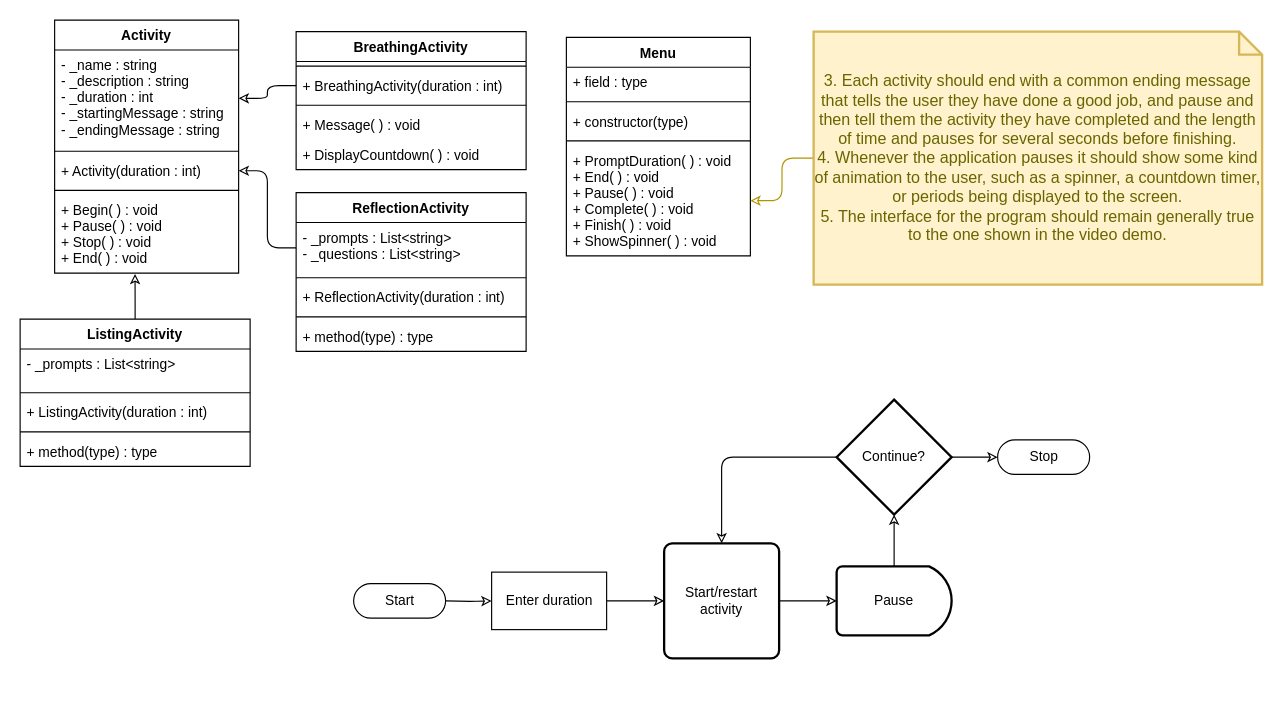
This is team-design/w07-mindfulness-program/mindfulness-program.drawio from carloswm85/cse210-projects-2024Winter, a draw.io file, before an edit. Source tidied: cells renumbered, new cells numbered last; positions are measured from the earlier drawing's top-left corner, leaving out a move shared by most shapes. Both pictures are drawn from the tidied source at 115%, with x=0, y=0 at pixel (20, 20).
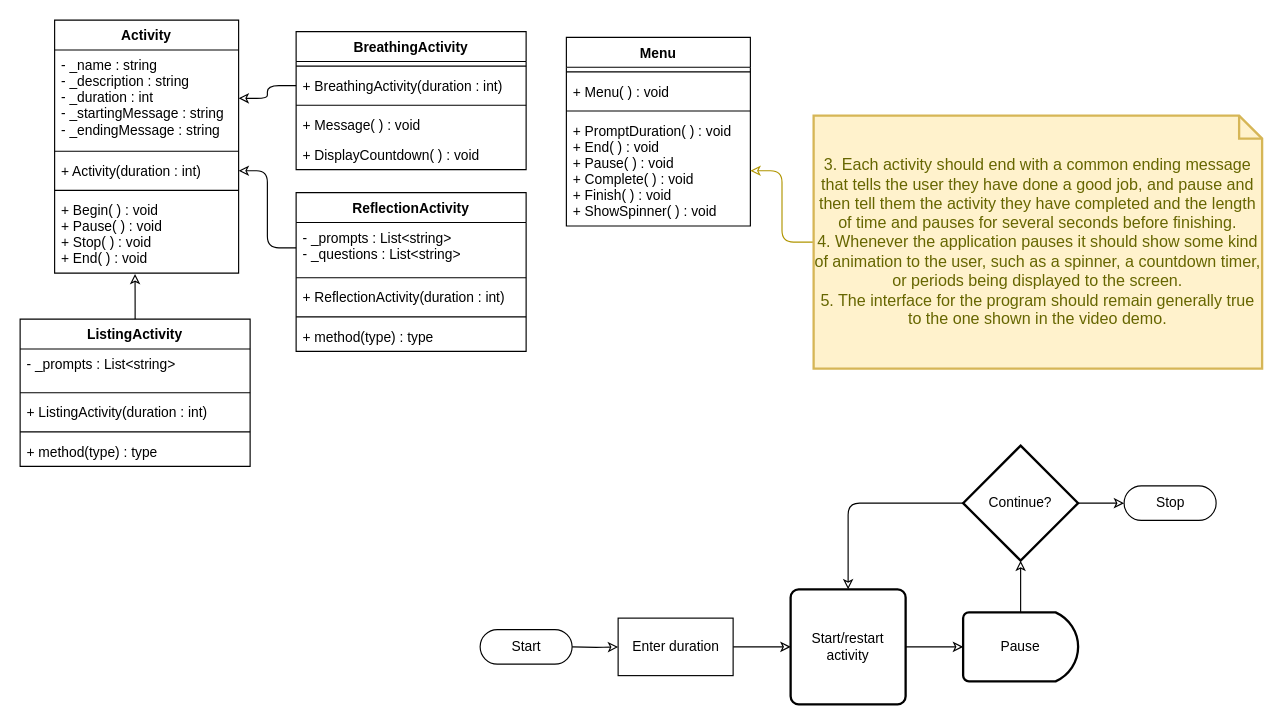
The same diagram, later.

Commit message (it also covers changes not shown here):
first working draft, display every activity in menu

What changed in the source:
```diff
@@
     <mxCell id="2" value="Menu" style="swimlane;fontStyle=1;align=center;verticalAlign=top;horizontal=1;startSize=26;" parent="1" vertex="1">
-      <mxGeometry x="475" y="15" width="160" height="190" as="geometry" />
+      <mxGeometry x="475" y="15" width="160" height="164" as="geometry" />
     </mxCell>
-    <mxCell id="3" value="+ field : type" style="text;strokeColor=none;fillColor=none;align=left;verticalAlign=top;spacingLeft=4;spacingRight=4;overflow=hidden;" parent="2" vertex="1">
-      <mxGeometry y="26" width="160" height="26" as="geometry" />
-    </mxCell>
     <mxCell id="4" style="line;strokeWidth=1;fillColor=none;align=left;verticalAlign=middle;spacingTop=-1;spacingLeft=3;spacingRight=3;labelPosition=right;strokeColor=inherit;" parent="2" vertex="1">
-      <mxGeometry y="52" width="160" height="8" as="geometry" />
+      <mxGeometry y="26" width="160" height="8" as="geometry" />
     </mxCell>
-    <mxCell id="5" value="+ constructor(type)" style="text;strokeColor=none;fillColor=none;align=left;verticalAlign=top;spacingLeft=4;spacingRight=4;overflow=hidden;" parent="2" vertex="1">
-      <mxGeometry y="60" width="160" height="26" as="geometry" />
+    <mxCell id="5" value="+ Menu( ) : void" style="text;strokeColor=none;fillColor=none;align=left;verticalAlign=top;spacingLeft=4;spacingRight=4;overflow=hidden;" parent="2" vertex="1">
+      <mxGeometry y="34" width="160" height="26" as="geometry" />
     </mxCell>
     <mxCell id="6" style="line;strokeWidth=1;fillColor=none;align=left;verticalAlign=middle;spacingTop=-1;spacingLeft=3;spacingRight=3;labelPosition=right;strokeColor=inherit;" parent="2" vertex="1">
-      <mxGeometry y="86" width="160" height="8" as="geometry" />
+      <mxGeometry y="60" width="160" height="8" as="geometry" />
     </mxCell>
     <mxCell id="7" value="+ PromptDuration( ) : void&#10;+ End( ) : void&#10;+ Pause( ) : void&#10;+ Complete( ) : void&#10;+ Finish( ) : void&#10;+ ShowSpinner( ) : void" style="text;strokeColor=none;fillColor=none;align=left;verticalAlign=top;spacingLeft=4;spacingRight=4;overflow=hidden;points=[[0,0.5],[1,0.5]];portConstraint=eastwest;" parent="2" vertex="1">
-      <mxGeometry y="94" width="160" height="96" as="geometry" />
+      <mxGeometry y="68" width="160" height="96" as="geometry" />
     </mxCell>
@@
     <mxCell id="34" value="3. Each activity should end with a common ending message that tells the user they have done a good job, and pause and then tell them the activity they have completed and the length of time and pauses for several seconds before finishing.&lt;br&gt;&lt;div&gt;4. Whenever the application pauses it should show some kind of animation to the user, such as a spinner, a countdown timer, or periods being displayed to the screen.&lt;/div&gt;&lt;div&gt;5. The interface for the program should remain generally true to the one shown in the video demo.&lt;/div&gt;" style="shape=note;strokeWidth=2;fontSize=14;size=20;whiteSpace=wrap;html=1;fillColor=#fff2cc;strokeColor=#d6b656;fontColor=#666600;" parent="1" vertex="1">
-      <mxGeometry x="690" y="10" width="390" height="220" as="geometry" />
+      <mxGeometry x="690" y="83" width="390" height="220" as="geometry" />
     </mxCell>
@@
     <mxCell id="37" style="edgeStyle=orthogonalEdgeStyle;html=1;exitX=1;exitY=0.5;exitDx=0;exitDy=0;exitPerimeter=0;entryX=0;entryY=0.5;entryDx=0;entryDy=0;startArrow=none;startFill=0;endArrow=classic;endFill=0;" parent="1" edge="1" target="40">
       <mxGeometry relative="1" as="geometry">
-        <mxPoint x="370" y="505" as="sourcePoint" />
+        <mxPoint x="480" y="545" as="sourcePoint" />
       </mxGeometry>
     </mxCell>
     <mxCell id="38" value="Start" style="html=1;dashed=0;whitespace=wrap;shape=mxgraph.dfd.start;" parent="1" vertex="1">
-      <mxGeometry x="290" y="490" width="80" height="30" as="geometry" />
+      <mxGeometry x="400" y="530" width="80" height="30" as="geometry" />
     </mxCell>
@@
     <mxCell id="40" value="Enter duration" style="html=1;dashed=0;whitespace=wrap;" parent="1" vertex="1">
-      <mxGeometry x="410" y="480" width="100" height="50" as="geometry" />
+      <mxGeometry x="520" y="520" width="100" height="50" as="geometry" />
     </mxCell>
@@
     <mxCell id="42" value="Start/restart activity" style="rounded=1;whiteSpace=wrap;html=1;absoluteArcSize=1;arcSize=14;strokeWidth=2;" parent="1" vertex="1">
-      <mxGeometry x="560" y="455" width="100" height="100" as="geometry" />
+      <mxGeometry x="670" y="495" width="100" height="100" as="geometry" />
     </mxCell>
@@
     <mxCell id="44" value="Pause" style="strokeWidth=2;html=1;shape=mxgraph.flowchart.delay;whiteSpace=wrap;" parent="1" vertex="1">
-      <mxGeometry x="710" y="475" width="100" height="60" as="geometry" />
+      <mxGeometry x="820" y="515" width="100" height="60" as="geometry" />
     </mxCell>
@@
     <mxCell id="47" value="Continue?" style="strokeWidth=2;html=1;shape=mxgraph.flowchart.decision;whiteSpace=wrap;" parent="1" vertex="1">
-      <mxGeometry x="710" y="330" width="100" height="100" as="geometry" />
+      <mxGeometry x="820" y="370" width="100" height="100" as="geometry" />
     </mxCell>
     <mxCell id="48" value="Stop" style="html=1;dashed=0;whitespace=wrap;shape=mxgraph.dfd.start;" parent="1" vertex="1">
-      <mxGeometry x="850" y="365" width="80" height="30" as="geometry" />
+      <mxGeometry x="960" y="405" width="80" height="30" as="geometry" />
     </mxCell>
```
